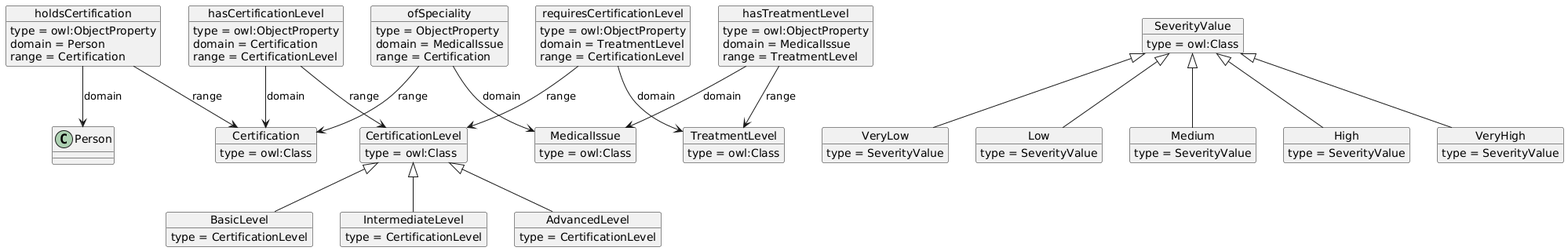
alexanderp99/Semtec keeps this PlantUML diagram as hidden/plantuml/semantic_mapings.png. Above is the earlier version. Source of this version:
```plantuml
@startuml
object Certification {
  type = owl:Class
}

object CertificationLevel {
  type = owl:Class
}

object BasicLevel {
  type = CertificationLevel
}

object IntermediateLevel {
  type = CertificationLevel
}

object AdvancedLevel {
  type = CertificationLevel
}

object "hasCertificationLevel" as HasCertLevel {
  type = owl:ObjectProperty
  domain = Certification
  range = CertificationLevel
}

object "holdsCertification" as HoldsCert {
  type = owl:ObjectProperty
  domain = Person
  range = Certification
}

object MedicalIssue {
  type = owl:Class
}

object TreatmentLevel {
  type = owl:Class
}

object "hasTreatmentLevel" as HasTreatmentLevel {
  type = owl:ObjectProperty
  domain = MedicalIssue
  range = TreatmentLevel
}

object "requiresCertificationLevel" as ReqCertLevel {
  type = owl:ObjectProperty
  domain = TreatmentLevel
  range = CertificationLevel
}

object "ofSpeciality" as OfSpeciality {
  type = ObjectProperty
  domain = MedicalIssue
  range = Certification
}

object SeverityValue {
  type = owl:Class
}

object VeryLow {
  type = SeverityValue
}

object Low {
  type = SeverityValue
}

object Medium {
  type = SeverityValue
}

object High {
  type = SeverityValue
}

object VeryHigh {
  type = SeverityValue
}

CertificationLevel <|-- BasicLevel
CertificationLevel <|-- IntermediateLevel
CertificationLevel <|-- AdvancedLevel

SeverityValue <|-- VeryLow
SeverityValue <|-- Low
SeverityValue <|-- Medium
SeverityValue <|-- High
SeverityValue <|-- VeryHigh

HasCertLevel --> Certification : domain
HasCertLevel --> CertificationLevel : range

HoldsCert --> Person : domain
HoldsCert --> Certification : range

HasTreatmentLevel --> MedicalIssue : domain
HasTreatmentLevel --> TreatmentLevel : range

ReqCertLevel --> TreatmentLevel : domain
ReqCertLevel --> CertificationLevel : range

OfSpeciality --> MedicalIssue : domain
OfSpeciality --> Certification : range
@enduml
```
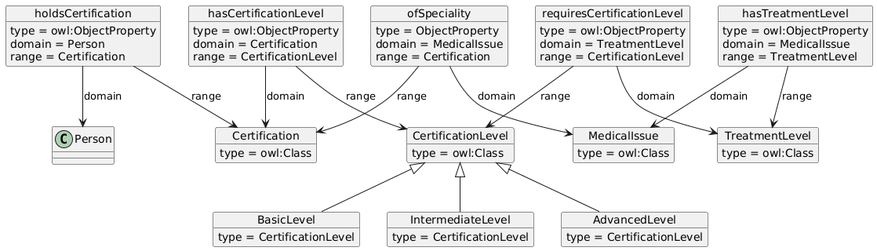
After the change.

The edit, as a diff of the source:
```diff
@@ -57,39 +57,10 @@
   range = Certification
 }
 
-object SeverityValue {
-  type = owl:Class
-}
-
-object VeryLow {
-  type = SeverityValue
-}
-
-object Low {
-  type = SeverityValue
-}
-
-object Medium {
-  type = SeverityValue
-}
-
-object High {
-  type = SeverityValue
-}
-
-object VeryHigh {
-  type = SeverityValue
-}
 
 CertificationLevel <|-- BasicLevel
 CertificationLevel <|-- IntermediateLevel
 CertificationLevel <|-- AdvancedLevel
-
-SeverityValue <|-- VeryLow
-SeverityValue <|-- Low
-SeverityValue <|-- Medium
-SeverityValue <|-- High
-SeverityValue <|-- VeryHigh
 
 HasCertLevel --> Certification : domain
 HasCertLevel --> CertificationLevel : range
```
